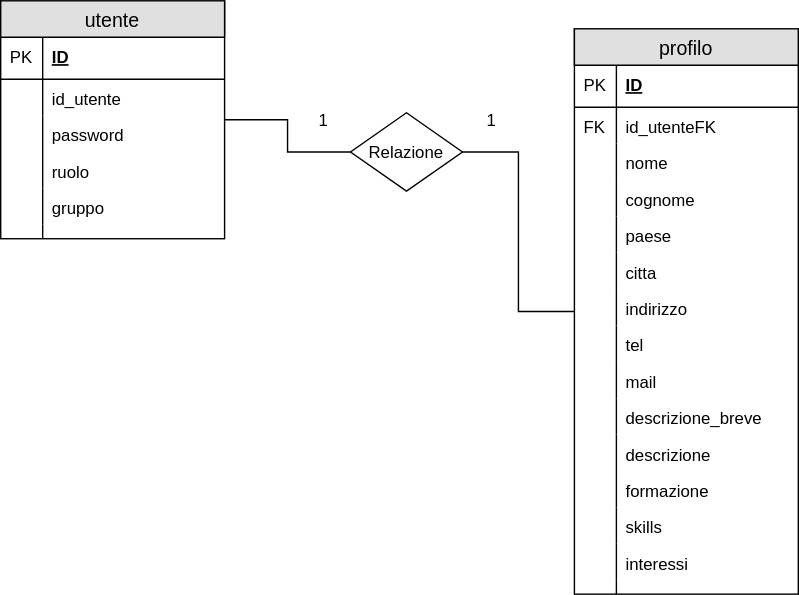
This is diagram.svg from edoardocollo/php-oop-2, a draw.io export, as it was before one commit. Source tidied: cells renumbered, new cells last; positions are measured from the earlier drawing's top-left corner, leaving out a move shared by most shapes.
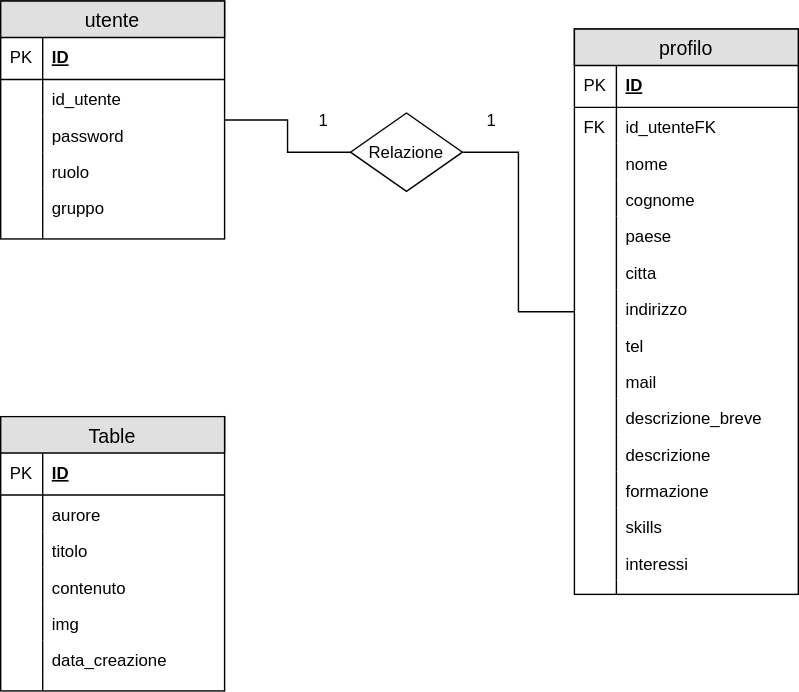
After the change.

Change to the diagram source:
```diff
@@ -149,5 +149,50 @@
     <mxCell id="50" value="1" style="text;html=1;strokeColor=none;fillColor=none;align=center;verticalAlign=middle;whiteSpace=wrap;rounded=0;" parent="1" vertex="1">
       <mxGeometry x="330" y="75" width="40" height="20" as="geometry" />
     </mxCell>
+    <mxCell id="51" value="Table" style="swimlane;fontStyle=0;horizontal=1;startSize=26;fillColor=#e0e0e0;swimlaneFillColor=#ffffff;align=center;fontSize=14;" parent="1" vertex="1">
+      <mxGeometry y="297" width="160" height="196" as="geometry" />
+    </mxCell>
+    <mxCell id="52" value="ID" style="shape=partialRectangle;top=0;left=0;right=0;bottom=1;align=left;verticalAlign=middle;fillColor=none;spacingLeft=34;spacingRight=4;overflow=hidden;fontStyle=5;fontSize=12;" parent="51" vertex="1">
+      <mxGeometry y="26" width="160" height="30" as="geometry" />
+    </mxCell>
+    <mxCell id="53" value="PK" style="shape=partialRectangle;top=0;left=0;bottom=0;fillColor=none;align=left;verticalAlign=middle;spacingLeft=4;spacingRight=4;overflow=hidden;fontSize=12;" parent="52" vertex="1">
+      <mxGeometry width="30" height="30" as="geometry" />
+    </mxCell>
+    <mxCell id="54" value="aurore" style="shape=partialRectangle;top=0;left=0;right=0;bottom=0;align=left;verticalAlign=top;fillColor=none;spacingLeft=34;spacingRight=4;overflow=hidden;fontSize=12;" parent="51" vertex="1">
+      <mxGeometry y="56" width="160" height="26" as="geometry" />
+    </mxCell>
+    <mxCell id="55" style="shape=partialRectangle;top=0;left=0;bottom=0;fillColor=none;align=left;verticalAlign=top;spacingLeft=4;spacingRight=4;overflow=hidden;fontSize=12;" parent="54" vertex="1">
+      <mxGeometry width="30" height="26" as="geometry" />
+    </mxCell>
+    <mxCell id="56" value="titolo" style="shape=partialRectangle;top=0;left=0;right=0;bottom=0;align=left;verticalAlign=top;fillColor=none;spacingLeft=34;spacingRight=4;overflow=hidden;fontSize=12;" parent="51" vertex="1">
+      <mxGeometry y="82" width="160" height="26" as="geometry" />
+    </mxCell>
+    <mxCell id="57" style="shape=partialRectangle;top=0;left=0;bottom=0;fillColor=none;align=left;verticalAlign=top;spacingLeft=4;spacingRight=4;overflow=hidden;fontSize=12;" parent="56" vertex="1">
+      <mxGeometry width="30" height="26" as="geometry" />
+    </mxCell>
+    <mxCell id="58" value="contenuto" style="shape=partialRectangle;top=0;left=0;right=0;bottom=0;align=left;verticalAlign=top;fillColor=none;spacingLeft=34;spacingRight=4;overflow=hidden;fontSize=12;" parent="51" vertex="1">
+      <mxGeometry y="108" width="160" height="26" as="geometry" />
+    </mxCell>
+    <mxCell id="59" style="shape=partialRectangle;top=0;left=0;bottom=0;fillColor=none;align=left;verticalAlign=top;spacingLeft=4;spacingRight=4;overflow=hidden;fontSize=12;" parent="58" vertex="1">
+      <mxGeometry width="30" height="26" as="geometry" />
+    </mxCell>
+    <mxCell id="60" value="img" style="shape=partialRectangle;top=0;left=0;right=0;bottom=0;align=left;verticalAlign=top;fillColor=none;spacingLeft=34;spacingRight=4;overflow=hidden;fontSize=12;" parent="51" vertex="1">
+      <mxGeometry y="134" width="160" height="26" as="geometry" />
+    </mxCell>
+    <mxCell id="61" style="shape=partialRectangle;top=0;left=0;bottom=0;fillColor=none;align=left;verticalAlign=top;spacingLeft=4;spacingRight=4;overflow=hidden;fontSize=12;" parent="60" vertex="1">
+      <mxGeometry width="30" height="26" as="geometry" />
+    </mxCell>
+    <mxCell id="62" value="data_creazione" style="shape=partialRectangle;top=0;left=0;right=0;bottom=0;align=left;verticalAlign=top;fillColor=none;spacingLeft=34;spacingRight=4;overflow=hidden;fontSize=12;" parent="51" vertex="1">
+      <mxGeometry y="160" width="160" height="26" as="geometry" />
+    </mxCell>
+    <mxCell id="63" style="shape=partialRectangle;top=0;left=0;bottom=0;fillColor=none;align=left;verticalAlign=top;spacingLeft=4;spacingRight=4;overflow=hidden;fontSize=12;" parent="62" vertex="1">
+      <mxGeometry width="30" height="26" as="geometry" />
+    </mxCell>
+    <mxCell id="64" style="shape=partialRectangle;top=0;left=0;right=0;bottom=0;align=left;verticalAlign=top;fillColor=none;spacingLeft=34;spacingRight=4;overflow=hidden;fontSize=12;" parent="51" vertex="1">
+      <mxGeometry y="186" width="160" height="10" as="geometry" />
+    </mxCell>
+    <mxCell id="65" style="shape=partialRectangle;top=0;left=0;bottom=0;fillColor=none;align=left;verticalAlign=top;spacingLeft=4;spacingRight=4;overflow=hidden;fontSize=12;" parent="64" vertex="1">
+      <mxGeometry width="30" height="10" as="geometry" />
+    </mxCell>
   </root>
 </mxGraphModel>
```
